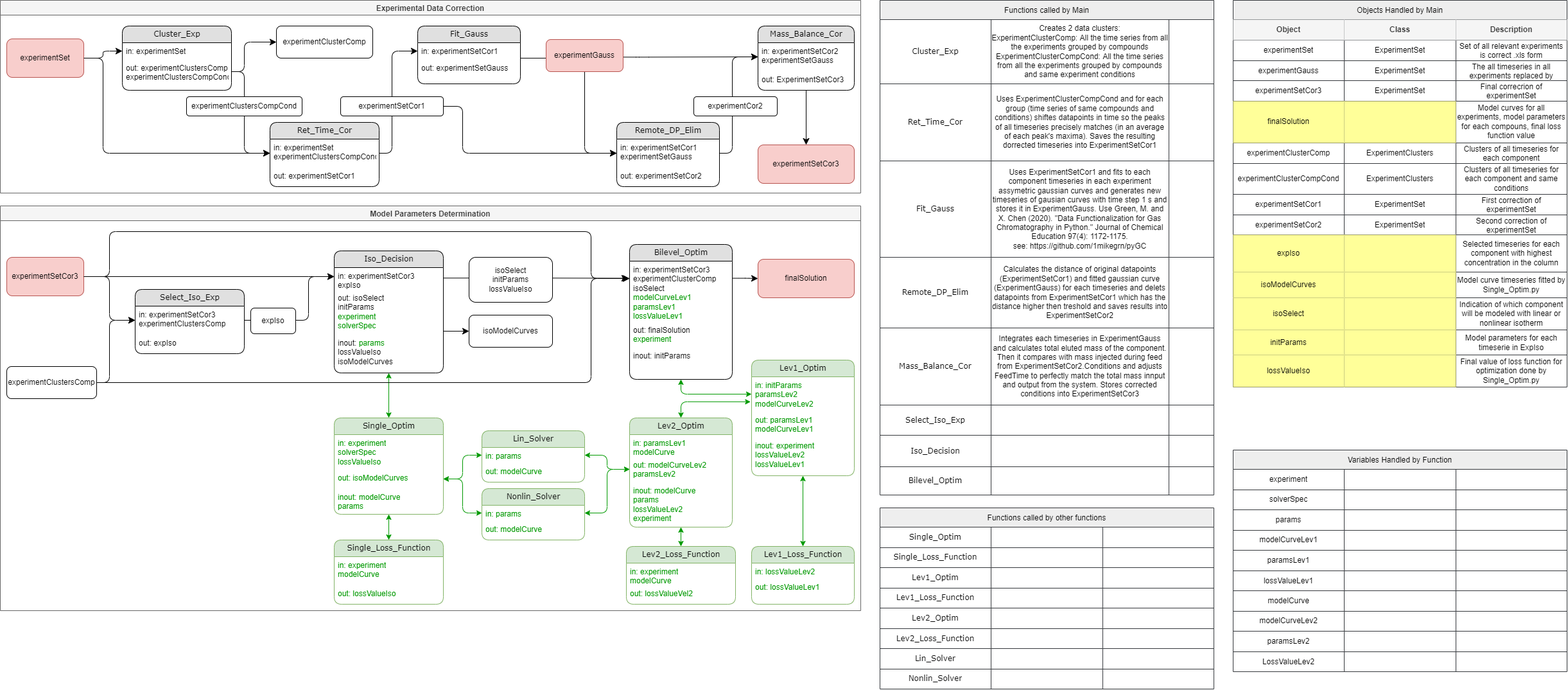
Earlier version of the draw.io export docu/ChroMo_Functions_Diagram.drawio.png (tomas3svoboda/ChroMo). Source tidied: cells renumbered, new cells last; positions are measured from the earlier drawing's top-left corner, leaving out a move shared by most shapes.
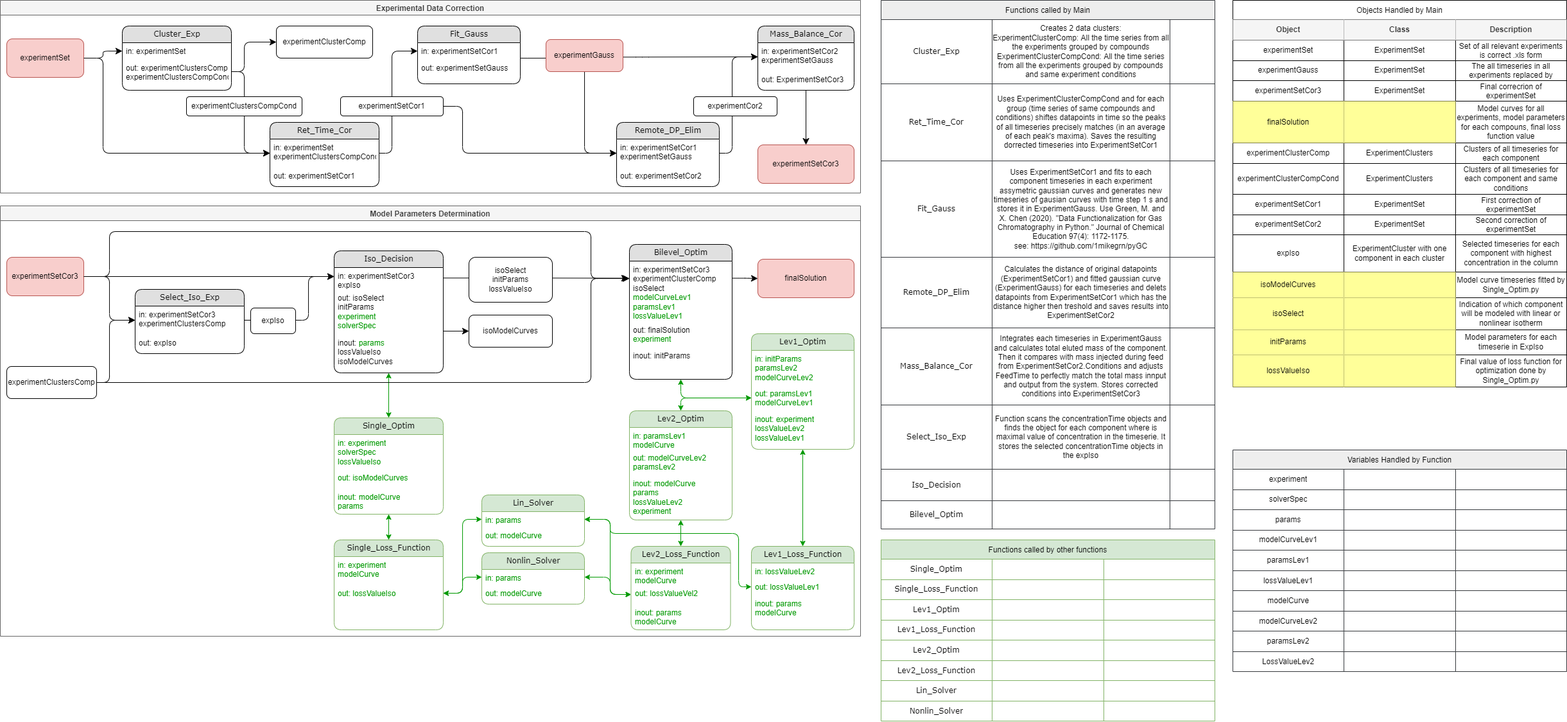
Later version of the same file.

Commit message:
Update of the Functions Diagram

Loss functions will call the solvers

What changed in the source:
```diff
@@ -146,3 +146,3 @@
     <mxCell id="35" value="Model Parameters Determination" style="swimlane;fillColor=#f5f5f5;fontColor=#333333;strokeColor=#666666;" parent="1" vertex="1">
-      <mxGeometry y="320" width="1340" height="630" as="geometry" />
+      <mxGeometry y="320" width="1340" height="670" as="geometry" />
     </mxCell>
@@ -190,3 +190,3 @@
     <mxCell id="48" value="Single_Loss_Function" style="swimlane;html=1;fontStyle=0;horizontal=1;startSize=26;fillColor=#d5e8d4;swimlaneFillColor=#ffffff;align=center;rounded=1;shadow=0;comic=0;labelBackgroundColor=none;strokeWidth=1;fontFamily=Verdana;fontSize=12;strokeColor=#82b366;" parent="35" vertex="1">
-      <mxGeometry x="520" y="520" width="170" height="100" as="geometry" />
+      <mxGeometry x="520" y="520" width="170" height="140" as="geometry" />
     </mxCell>
@@ -218,3 +218,3 @@
     <mxCell id="55" value="Lev1_Optim" style="swimlane;html=1;fontStyle=0;horizontal=1;startSize=26;fillColor=#d5e8d4;swimlaneFillColor=#ffffff;align=center;rounded=1;shadow=0;comic=0;labelBackgroundColor=none;strokeWidth=1;fontFamily=Verdana;fontSize=12;strokeColor=#82b366;" parent="35" vertex="1">
-      <mxGeometry x="1170" y="240" width="160" height="180" as="geometry" />
+      <mxGeometry x="1170" y="199" width="160" height="180" as="geometry" />
     </mxCell>
@@ -230,3 +230,3 @@
     <mxCell id="59" value="Lev1_Loss_Function" style="swimlane;html=1;fontStyle=0;horizontal=1;startSize=26;fillColor=#d5e8d4;swimlaneFillColor=#ffffff;align=center;rounded=1;shadow=0;comic=0;labelBackgroundColor=none;strokeWidth=1;fontFamily=Verdana;fontSize=12;strokeColor=#82b366;" parent="35" vertex="1">
-      <mxGeometry x="1170" y="530" width="160" height="90" as="geometry" />
+      <mxGeometry x="1170" y="530" width="160" height="130" as="geometry" />
     </mxCell>
@@ -238,4 +238,7 @@
     </mxCell>
+    <mxCell id="263" value="inout: params&lt;br&gt;modelCurve" style="text;html=1;strokeColor=none;fillColor=none;spacingLeft=4;spacingRight=4;whiteSpace=wrap;overflow=hidden;fontColor=#009900;" parent="59" vertex="1">
+      <mxGeometry y="76" width="160" height="40" as="geometry" />
+    </mxCell>
     <mxCell id="62" value="Lev2_Optim" style="swimlane;html=1;fontStyle=0;horizontal=1;startSize=26;fillColor=#d5e8d4;swimlaneFillColor=#ffffff;align=center;rounded=1;shadow=0;comic=0;labelBackgroundColor=none;strokeWidth=1;fontFamily=Verdana;fontSize=12;strokeColor=#82b366;" parent="35" vertex="1">
-      <mxGeometry x="980" y="330" width="160" height="170" as="geometry" />
+      <mxGeometry x="980" y="319" width="160" height="170" as="geometry" />
     </mxCell>
@@ -251,10 +254,13 @@
     <mxCell id="66" value="Lev2_Loss_Function" style="swimlane;html=1;fontStyle=0;horizontal=1;startSize=26;fillColor=#d5e8d4;swimlaneFillColor=#ffffff;align=center;rounded=1;shadow=0;comic=0;labelBackgroundColor=none;strokeWidth=1;fontFamily=Verdana;fontSize=12;strokeColor=#82b366;" parent="35" vertex="1">
-      <mxGeometry x="975" y="530" width="170" height="90" as="geometry" />
+      <mxGeometry x="982.5" y="530" width="155" height="130" as="geometry" />
     </mxCell>
     <mxCell id="67" value="in: experiment&lt;br&gt;modelCurve" style="text;html=1;strokeColor=none;fillColor=none;spacingLeft=4;spacingRight=4;whiteSpace=wrap;overflow=hidden;fontColor=#009900;" parent="66" vertex="1">
-      <mxGeometry y="26" width="170" height="34" as="geometry" />
+      <mxGeometry y="26" width="155" height="34" as="geometry" />
     </mxCell>
     <mxCell id="68" value="out: lossValueVel2" style="text;html=1;strokeColor=none;fillColor=none;spacingLeft=4;spacingRight=4;whiteSpace=wrap;overflow=hidden;points=[[0,0.5],[1,0.5]];portConstraint=eastwest;fontColor=#009900;" parent="66" vertex="1">
-      <mxGeometry y="60" width="170" height="26" as="geometry" />
+      <mxGeometry y="60" width="155" height="30" as="geometry" />
     </mxCell>
+    <mxCell id="264" value="inout: params&lt;br&gt;modelCurve" style="text;html=1;strokeColor=none;fillColor=none;spacingLeft=4;spacingRight=4;whiteSpace=wrap;overflow=hidden;fontColor=#009900;" parent="66" vertex="1">
+      <mxGeometry y="90" width="155" height="40" as="geometry" />
+    </mxCell>
     <mxCell id="69" value="Single_Optim" style="swimlane;html=1;fontStyle=0;horizontal=1;startSize=26;fillColor=#d5e8d4;swimlaneFillColor=#ffffff;align=center;rounded=1;shadow=0;comic=0;labelBackgroundColor=none;strokeWidth=1;fontFamily=Verdana;fontSize=12;strokeColor=#82b366;" parent="35" vertex="1">
@@ -272,3 +278,3 @@
     <mxCell id="73" value="Lin_Solver" style="swimlane;html=1;fontStyle=0;horizontal=1;startSize=26;fillColor=#d5e8d4;swimlaneFillColor=#ffffff;align=center;rounded=1;shadow=0;comic=0;labelBackgroundColor=none;strokeWidth=1;fontFamily=Verdana;fontSize=12;strokeColor=#82b366;" parent="35" vertex="1">
-      <mxGeometry x="750" y="350" width="160" height="80" as="geometry" />
+      <mxGeometry x="750" y="450" width="160" height="80" as="geometry" />
     </mxCell>
@@ -284,3 +290,3 @@
     <mxCell id="77" value="Nonlin_Solver" style="swimlane;html=1;fontStyle=0;horizontal=1;startSize=26;fillColor=#d5e8d4;swimlaneFillColor=#ffffff;align=center;rounded=1;shadow=0;comic=0;labelBackgroundColor=none;strokeWidth=1;fontFamily=Verdana;fontSize=12;strokeColor=#82b366;" parent="35" vertex="1">
-      <mxGeometry x="750" y="440" width="160" height="80" as="geometry" />
+      <mxGeometry x="750" y="540" width="160" height="80" as="geometry" />
     </mxCell>
@@ -292,3 +298,3 @@
     </mxCell>
-    <mxCell id="80" style="endArrow=classic;startArrow=classic;html=1;rounded=1;exitX=1;exitY=0.5;exitDx=0;exitDy=0;entryX=0;entryY=0.5;entryDx=0;entryDy=0;edgeStyle=orthogonalEdgeStyle;strokeColor=#009900;" parent="35" edge="1" source="71" target="74">
+    <mxCell id="80" style="endArrow=classic;startArrow=classic;html=1;rounded=1;exitX=1;exitY=0.5;exitDx=0;exitDy=0;entryX=0;entryY=0.5;entryDx=0;entryDy=0;edgeStyle=orthogonalEdgeStyle;strokeColor=#009900;" parent="35" edge="1" source="50" target="74">
       <mxGeometry relative="1" as="geometry" />
@@ -304,15 +310,25 @@
     </mxCell>
-    <mxCell id="84" style="endArrow=classic;startArrow=classic;html=1;rounded=1;exitX=0.5;exitY=1;exitDx=0;exitDy=0;entryX=0;entryY=0.5;entryDx=0;entryDy=0;edgeStyle=orthogonalEdgeStyle;strokeColor=#009900;" parent="35" edge="1" source="44" target="56">
+    <mxCell id="84" style="endArrow=classic;startArrow=classic;html=1;rounded=1;exitX=0.5;exitY=1;exitDx=0;exitDy=0;entryX=0;entryY=0.5;entryDx=0;entryDy=0;edgeStyle=orthogonalEdgeStyle;strokeColor=#009900;" parent="35" edge="1" source="44" target="57">
       <mxGeometry relative="1" as="geometry" />
     </mxCell>
-    <mxCell id="85" style="endArrow=classic;startArrow=classic;html=1;rounded=1;exitX=0.5;exitY=0;exitDx=0;exitDy=0;entryX=-0.01;entryY=0.721;entryDx=0;entryDy=0;edgeStyle=orthogonalEdgeStyle;strokeColor=#009900;entryPerimeter=0;" parent="35" edge="1" source="62" target="56">
+    <mxCell id="85" style="endArrow=classic;startArrow=classic;html=1;rounded=1;exitX=0.5;exitY=0;exitDx=0;exitDy=0;edgeStyle=orthogonalEdgeStyle;strokeColor=#009900;entryX=0;entryY=0.5;entryDx=0;entryDy=0;" parent="35" edge="1" source="62" target="57">
       <mxGeometry relative="1" as="geometry" />
     </mxCell>
-    <mxCell id="86" style="endArrow=classic;startArrow=classic;html=1;rounded=1;exitX=1;exitY=0.5;exitDx=0;exitDy=0;entryX=0;entryY=0.5;entryDx=0;entryDy=0;edgeStyle=orthogonalEdgeStyle;strokeColor=#009900;" parent="35" edge="1" source="74" target="64">
-      <mxGeometry relative="1" as="geometry" />
+    <mxCell id="86" style="endArrow=classic;startArrow=classic;html=1;rounded=1;exitX=1;exitY=0.5;exitDx=0;exitDy=0;entryX=0;entryY=0.5;entryDx=0;entryDy=0;edgeStyle=orthogonalEdgeStyle;strokeColor=#009900;" parent="35" edge="1" source="74" target="68">
+      <mxGeometry relative="1" as="geometry">
+        <Array as="points">
+          <mxPoint x="950" y="488" />
+          <mxPoint x="950" y="605" />
+        </Array>
+      </mxGeometry>
     </mxCell>
-    <mxCell id="87" style="endArrow=classic;startArrow=classic;html=1;rounded=1;exitX=1;exitY=0.5;exitDx=0;exitDy=0;entryX=0;entryY=0.5;entryDx=0;entryDy=0;edgeStyle=orthogonalEdgeStyle;strokeColor=#009900;" parent="35" edge="1" source="78" target="64">
-      <mxGeometry relative="1" as="geometry" />
+    <mxCell id="87" style="endArrow=classic;startArrow=classic;html=1;rounded=1;exitX=1;exitY=0.5;exitDx=0;exitDy=0;entryX=0;entryY=0.5;entryDx=0;entryDy=0;edgeStyle=orthogonalEdgeStyle;strokeColor=#009900;" parent="35" edge="1" source="78" target="68">
+      <mxGeometry relative="1" as="geometry">
+        <Array as="points">
+          <mxPoint x="950" y="578" />
+          <mxPoint x="950" y="605" />
+        </Array>
+      </mxGeometry>
     </mxCell>
-    <mxCell id="88" style="endArrow=classic;startArrow=classic;html=1;rounded=1;entryX=0;entryY=0.5;entryDx=0;entryDy=0;edgeStyle=orthogonalEdgeStyle;strokeColor=#009900;" parent="35" edge="1" source="71" target="78">
+    <mxCell id="88" style="endArrow=classic;startArrow=classic;html=1;rounded=1;entryX=0;entryY=0.5;entryDx=0;entryDy=0;edgeStyle=orthogonalEdgeStyle;strokeColor=#009900;exitX=1;exitY=0.5;exitDx=0;exitDy=0;" parent="35" edge="1" source="50" target="78">
       <mxGeometry relative="1" as="geometry" />
@@ -373,3 +389,13 @@
     </mxCell>
+    <mxCell id="265" style="endArrow=classic;startArrow=classic;html=1;rounded=1;exitX=1;exitY=0.5;exitDx=0;exitDy=0;entryX=0;entryY=0.5;entryDx=0;entryDy=0;edgeStyle=orthogonalEdgeStyle;strokeColor=#009900;" parent="35" edge="1" source="74" target="61">
+      <mxGeometry relative="1" as="geometry">
+        <Array as="points">
+          <mxPoint x="950" y="488" />
+          <mxPoint x="950" y="510" />
+          <mxPoint x="1150" y="510" />
+          <mxPoint x="1150" y="593" />
+        </Array>
+      </mxGeometry>
+    </mxCell>
-    <mxCell id="99" value="Objects Handled by Main" style="shape=table;startSize=30;strokeColor=#36393d;fillColor=#eeeeee;" parent="1" vertex="1">
+    <mxCell id="99" value="Objects Handled by Main" style="shape=table;startSize=30;" parent="1" vertex="1">
       <mxGeometry x="1920" width="520" height="602" as="geometry" />
@@ -487,6 +513,6 @@
     </mxCell>
-    <mxCell id="137" value="expIso" style="shape=partialRectangle;html=1;whiteSpace=wrap;overflow=hidden;fillColor=#FFFF99;top=0;left=0;bottom=0;right=0;strokeColor=default;" parent="136" vertex="1">
+    <mxCell id="137" value="expIso" style="shape=partialRectangle;html=1;whiteSpace=wrap;overflow=hidden;top=0;left=0;bottom=0;right=0;fillColor=none;" parent="136" vertex="1">
       <mxGeometry width="173" height="58" as="geometry" />
     </mxCell>
-    <mxCell id="138" style="shape=partialRectangle;html=1;whiteSpace=wrap;overflow=hidden;fillColor=#FFFF99;top=0;left=0;bottom=0;right=0;strokeColor=default;" parent="136" vertex="1">
+    <mxCell id="138" value="ExperimentCluster with one component in each cluster" style="shape=partialRectangle;overflow=hidden;top=0;left=0;bottom=0;right=0;whiteSpace=wrap;fillColor=none;" parent="136" vertex="1">
       <mxGeometry x="173" width="174" height="58" as="geometry" />
@@ -545,3 +571,3 @@
     <mxCell id="156" value="Functions called by Main" style="shape=table;startSize=30;strokeColor=#36393d;fillColor=#eeeeee;" parent="1" vertex="1">
-      <mxGeometry x="1370" width="520" height="770" as="geometry" />
+      <mxGeometry x="1372" width="520" height="823" as="geometry" />
     </mxCell>
@@ -608,15 +634,15 @@
     <mxCell id="177" style="shape=tableRow;horizontal=0;startSize=0;swimlaneHead=0;swimlaneBody=0;top=0;left=0;bottom=0;right=0;fillColor=none;strokeColor=default;" parent="156" vertex="1">
-      <mxGeometry y="630" width="520" height="47" as="geometry" />
+      <mxGeometry y="630" width="520" height="100" as="geometry" />
     </mxCell>
     <mxCell id="178" value="&lt;span style=&quot;font-family: Verdana;&quot;&gt;Select_Iso_Exp&lt;/span&gt;" style="shape=partialRectangle;html=1;whiteSpace=wrap;overflow=hidden;fillColor=none;top=0;left=0;bottom=0;right=0;strokeColor=default;" parent="177" vertex="1">
-      <mxGeometry width="173" height="47" as="geometry" />
+      <mxGeometry width="173" height="100" as="geometry" />
     </mxCell>
-    <mxCell id="179" style="shape=partialRectangle;html=1;whiteSpace=wrap;overflow=hidden;fillColor=none;top=0;left=0;bottom=0;right=0;strokeColor=default;" parent="177" vertex="1">
-      <mxGeometry x="173" width="277" height="47" as="geometry" />
+    <mxCell id="179" value="Function scans the concentrationTime objects and finds the object for each component where is maximal value of concentration in the timeserie. It stores the selected concentrationTime objects in the expIso" style="shape=partialRectangle;html=1;whiteSpace=wrap;overflow=hidden;fillColor=none;top=0;left=0;bottom=0;right=0;strokeColor=default;" parent="177" vertex="1">
+      <mxGeometry x="173" width="277" height="100" as="geometry" />
     </mxCell>
     <mxCell id="180" style="shape=partialRectangle;html=1;whiteSpace=wrap;overflow=hidden;fillColor=none;top=0;left=0;bottom=0;right=0;strokeColor=default;" parent="177" vertex="1">
-      <mxGeometry x="450" width="70" height="47" as="geometry" />
+      <mxGeometry x="450" width="70" height="100" as="geometry" />
     </mxCell>
     <mxCell id="181" style="shape=tableRow;horizontal=0;startSize=0;swimlaneHead=0;swimlaneBody=0;top=0;left=0;bottom=0;right=0;fillColor=none;strokeColor=default;" parent="156" vertex="1">
-      <mxGeometry y="677" width="520" height="49" as="geometry" />
+      <mxGeometry y="730" width="520" height="49" as="geometry" />
     </mxCell>
@@ -632,3 +658,3 @@
     <mxCell id="185" style="shape=tableRow;horizontal=0;startSize=0;swimlaneHead=0;swimlaneBody=0;top=0;left=0;bottom=0;right=0;fillColor=none;strokeColor=default;" parent="156" vertex="1">
-      <mxGeometry y="726" width="520" height="44" as="geometry" />
+      <mxGeometry y="779" width="520" height="44" as="geometry" />
     </mxCell>
@@ -643,4 +669,4 @@
     </mxCell>
-    <mxCell id="189" value="Functions called by other functions" style="shape=table;startSize=30;strokeColor=#36393d;fillColor=#eeeeee;" parent="1" vertex="1">
-      <mxGeometry x="1370" y="790" width="520" height="282" as="geometry" />
+    <mxCell id="189" value="Functions called by other functions" style="shape=table;startSize=30;strokeColor=#82b366;fillColor=#d5e8d4;" parent="1" vertex="1">
+      <mxGeometry x="1372" y="840" width="520" height="282" as="geometry" />
     </mxCell>
```
